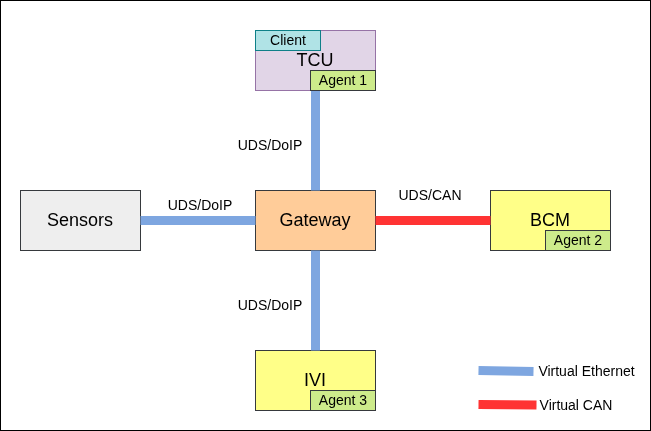
Above: docs/virtual-car.png in Komal-kalyanraman/virtual-car (draw.io), before the change. Source tidied: cells renumbered, new cells last; positions are measured from the earlier drawing's top-left corner, leaving out a move shared by most shapes.
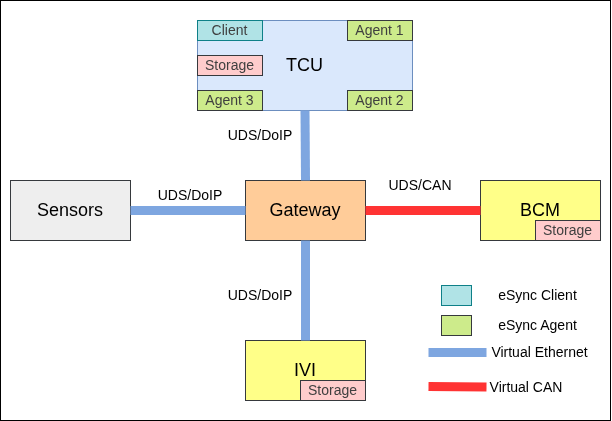
After the change.

Commit message:
updated arch diagram

Diff of the diagram source:
```diff
@@ -3,10 +3,10 @@
     <mxCell id="0" />
     <mxCell id="1" parent="0" />
     <mxCell id="2" style="rounded=0;whiteSpace=wrap;html=1;" parent="1" vertex="1">
-      <mxGeometry width="650" height="430" as="geometry" />
+      <mxGeometry x="10" y="10" width="610" height="420" as="geometry" />
     </mxCell>
-    <mxCell id="3" value="&lt;font style=&quot;font-size: 18px;&quot;&gt;TCU&lt;/font&gt;" style="rounded=0;whiteSpace=wrap;html=1;fillColor=#e1d5e7;strokeColor=#9673a6;" parent="1" vertex="1">
-      <mxGeometry x="255" y="30" width="120" height="60" as="geometry" />
+    <mxCell id="3" value="&lt;font style=&quot;font-size: 18px;&quot;&gt;TCU&lt;/font&gt;" style="rounded=0;whiteSpace=wrap;html=1;fillColor=#dae8fc;strokeColor=#6c8ebf;" parent="1" vertex="1">
+      <mxGeometry x="207" y="30" width="215" height="90" as="geometry" />
     </mxCell>
     <mxCell id="4" value="&lt;font style=&quot;font-size: 18px;&quot;&gt;Gateway&lt;/font&gt;" style="rounded=0;whiteSpace=wrap;html=1;fillColor=#ffcc99;strokeColor=#36393d;" parent="1" vertex="1">
       <mxGeometry x="255" y="190" width="120" height="60" as="geometry" />
@@ -46,43 +46,52 @@
     </mxCell>
     <mxCell id="16" style="endArrow=none;html=1;rounded=0;exitX=0.5;exitY=0;exitDx=0;exitDy=0;strokeColor=#7EA6E0;strokeWidth=9;entryX=0;entryY=0.5;entryDx=0;entryDy=0;" parent="1" edge="1" target="17">
       <mxGeometry relative="1" as="geometry">
-        <mxPoint x="478" y="370" as="sourcePoint" />
+        <mxPoint x="438" y="362" as="sourcePoint" />
       </mxGeometry>
     </mxCell>
     <mxCell id="17" value="&lt;font style=&quot;font-size: 14px;&quot;&gt;Virtual Ethernet&lt;/font&gt;" style="text;html=1;whiteSpace=wrap;strokeColor=none;fillColor=none;align=center;verticalAlign=middle;rounded=0;" parent="1" vertex="1">
-      <mxGeometry x="533" y="356" width="107" height="30" as="geometry" />
+      <mxGeometry x="496" y="347" width="107" height="30" as="geometry" />
     </mxCell>
     <mxCell id="18" style="endArrow=none;html=1;rounded=0;exitX=0.5;exitY=0;exitDx=0;exitDy=0;strokeColor=#FF3333;strokeWidth=9;" parent="1" edge="1" target="19">
       <mxGeometry relative="1" as="geometry">
-        <mxPoint x="478" y="404" as="sourcePoint" />
+        <mxPoint x="438" y="396" as="sourcePoint" />
       </mxGeometry>
     </mxCell>
     <mxCell id="19" value="&lt;font style=&quot;font-size: 14px;&quot;&gt;Virtual CAN&lt;/font&gt;" style="text;html=1;whiteSpace=wrap;strokeColor=none;fillColor=none;align=center;verticalAlign=middle;rounded=0;" parent="1" vertex="1">
-      <mxGeometry x="536" y="390" width="80" height="30" as="geometry" />
+      <mxGeometry x="496" y="382" width="80" height="30" as="geometry" />
     </mxCell>
-    <mxCell id="20" style="rounded=0;whiteSpace=wrap;html=1;fillColor=#b0e3e6;strokeColor=#0e8088;" parent="1" vertex="1">
-      <mxGeometry x="255" y="30" width="65" height="20" as="geometry" />
+    <mxCell id="20" value="&lt;span style=&quot;color: rgb(63, 63, 63); font-size: 14px;&quot;&gt;Client&lt;/span&gt;" style="rounded=0;whiteSpace=wrap;html=1;fillColor=#b0e3e6;strokeColor=#0e8088;" parent="1" vertex="1">
+      <mxGeometry x="207" y="30" width="65" height="20" as="geometry" />
     </mxCell>
-    <mxCell id="21" style="rounded=0;whiteSpace=wrap;html=1;fillColor=#cdeb8b;strokeColor=#36393d;" parent="1" vertex="1">
-      <mxGeometry x="310" y="70" width="65" height="20" as="geometry" />
+    <mxCell id="21" value="&lt;span style=&quot;color: rgb(63, 63, 63); font-size: 14px;&quot;&gt;Agent 1&lt;/span&gt;" style="rounded=0;whiteSpace=wrap;html=1;fillColor=#cdeb8b;strokeColor=#36393d;" parent="1" vertex="1">
+      <mxGeometry x="357" y="30" width="65" height="20" as="geometry" />
     </mxCell>
-    <mxCell id="22" style="rounded=0;whiteSpace=wrap;html=1;fillColor=#cdeb8b;strokeColor=#36393d;" parent="1" vertex="1">
-      <mxGeometry x="310" y="390" width="65" height="20" as="geometry" />
+    <mxCell id="22" value="&lt;span style=&quot;color: rgb(63, 63, 63); font-size: 14px;&quot;&gt;Agent 3&lt;/span&gt;" style="rounded=0;whiteSpace=wrap;html=1;fillColor=#cdeb8b;strokeColor=#36393d;" parent="1" vertex="1">
+      <mxGeometry x="207" y="100" width="65" height="20" as="geometry" />
     </mxCell>
-    <mxCell id="23" style="rounded=0;whiteSpace=wrap;html=1;fillColor=#cdeb8b;strokeColor=#36393d;" parent="1" vertex="1">
-      <mxGeometry x="545" y="230" width="65" height="20" as="geometry" />
+    <mxCell id="23" value="&lt;span style=&quot;color: rgb(63, 63, 63); font-size: 14px;&quot;&gt;Agent 2&lt;/span&gt;" style="rounded=0;whiteSpace=wrap;html=1;fillColor=#cdeb8b;strokeColor=#36393d;" parent="1" vertex="1">
+      <mxGeometry x="357" y="100" width="65" height="20" as="geometry" />
     </mxCell>
-    <mxCell id="24" value="&lt;font style=&quot;font-size: 14px;&quot;&gt;Agent 1&lt;/font&gt;" style="text;html=1;whiteSpace=wrap;strokeColor=none;fillColor=none;align=center;verticalAlign=middle;rounded=0;" parent="1" vertex="1">
-      <mxGeometry x="302.5" y="65" width="80" height="30" as="geometry" />
-    </mxCell>
-    <mxCell id="25" value="&lt;font style=&quot;font-size: 14px;&quot;&gt;Agent 2&lt;/font&gt;" style="text;html=1;whiteSpace=wrap;strokeColor=none;fillColor=none;align=center;verticalAlign=middle;rounded=0;" parent="1" vertex="1">
-      <mxGeometry x="537.5" y="225" width="80" height="30" as="geometry" />
-    </mxCell>
-    <mxCell id="26" value="&lt;font style=&quot;font-size: 14px;&quot;&gt;Agent 3&lt;/font&gt;" style="text;html=1;whiteSpace=wrap;strokeColor=none;fillColor=none;align=center;verticalAlign=middle;rounded=0;" parent="1" vertex="1">
-      <mxGeometry x="302.5" y="385" width="80" height="30" as="geometry" />
-    </mxCell>
-    <mxCell id="27" value="&lt;font style=&quot;font-size: 14px;&quot;&gt;Client&lt;/font&gt;" style="text;html=1;whiteSpace=wrap;strokeColor=none;fillColor=none;align=center;verticalAlign=middle;rounded=0;" parent="1" vertex="1">
-      <mxGeometry x="258.8" y="25" width="57.5" height="30" as="geometry" />
-    </mxCell>
+    <mxCell id="28" value="&lt;span style=&quot;color: rgb(63, 63, 63); font-size: 14px;&quot;&gt;Storage&lt;/span&gt;" style="rounded=0;whiteSpace=wrap;html=1;fillColor=#ffcccc;strokeColor=#36393d;" parent="1" vertex="1">
+      <mxGeometry x="207" y="65" width="65" height="20" as="geometry" />
+    </mxCell>
+    <mxCell id="29" value="&lt;span style=&quot;color: rgb(63, 63, 63); font-size: 14px;&quot;&gt;Storage&lt;/span&gt;" style="rounded=0;whiteSpace=wrap;html=1;fillColor=#ffcccc;strokeColor=#36393d;" parent="1" vertex="1">
+      <mxGeometry x="545" y="230" width="65" height="20" as="geometry" />
+    </mxCell>
+    <mxCell id="30" value="&lt;span style=&quot;color: rgb(63, 63, 63); font-size: 14px;&quot;&gt;Storage&lt;/span&gt;" style="rounded=0;whiteSpace=wrap;html=1;fillColor=#ffcccc;strokeColor=#36393d;" parent="1" vertex="1">
+      <mxGeometry x="310" y="390" width="65" height="20" as="geometry" />
+    </mxCell>
+    <mxCell id="31" style="rounded=0;whiteSpace=wrap;html=1;fillColor=#b0e3e6;strokeColor=#0e8088;" parent="1" vertex="1">
+      <mxGeometry x="451" y="295" width="30" height="20" as="geometry" />
+    </mxCell>
+    <mxCell id="32" style="rounded=0;whiteSpace=wrap;html=1;fillColor=#cdeb8b;strokeColor=#36393d;" parent="1" vertex="1">
+      <mxGeometry x="451" y="325" width="30" height="20" as="geometry" />
+    </mxCell>
+    <mxCell id="33" value="&lt;span style=&quot;font-size: 14px;&quot;&gt;eSync Agent&lt;/span&gt;" style="text;html=1;whiteSpace=wrap;strokeColor=none;fillColor=none;align=center;verticalAlign=middle;rounded=0;" parent="1" vertex="1">
+      <mxGeometry x="493.5" y="320" width="107" height="30" as="geometry" />
+    </mxCell>
+    <mxCell id="34" value="&lt;span style=&quot;font-size: 14px;&quot;&gt;eSync Client&lt;/span&gt;" style="text;html=1;whiteSpace=wrap;strokeColor=none;fillColor=none;align=center;verticalAlign=middle;rounded=0;" parent="1" vertex="1">
+      <mxGeometry x="493.5" y="290" width="107" height="30" as="geometry" />
+    </mxCell>
   </root>
 </mxGraphModel>
```
